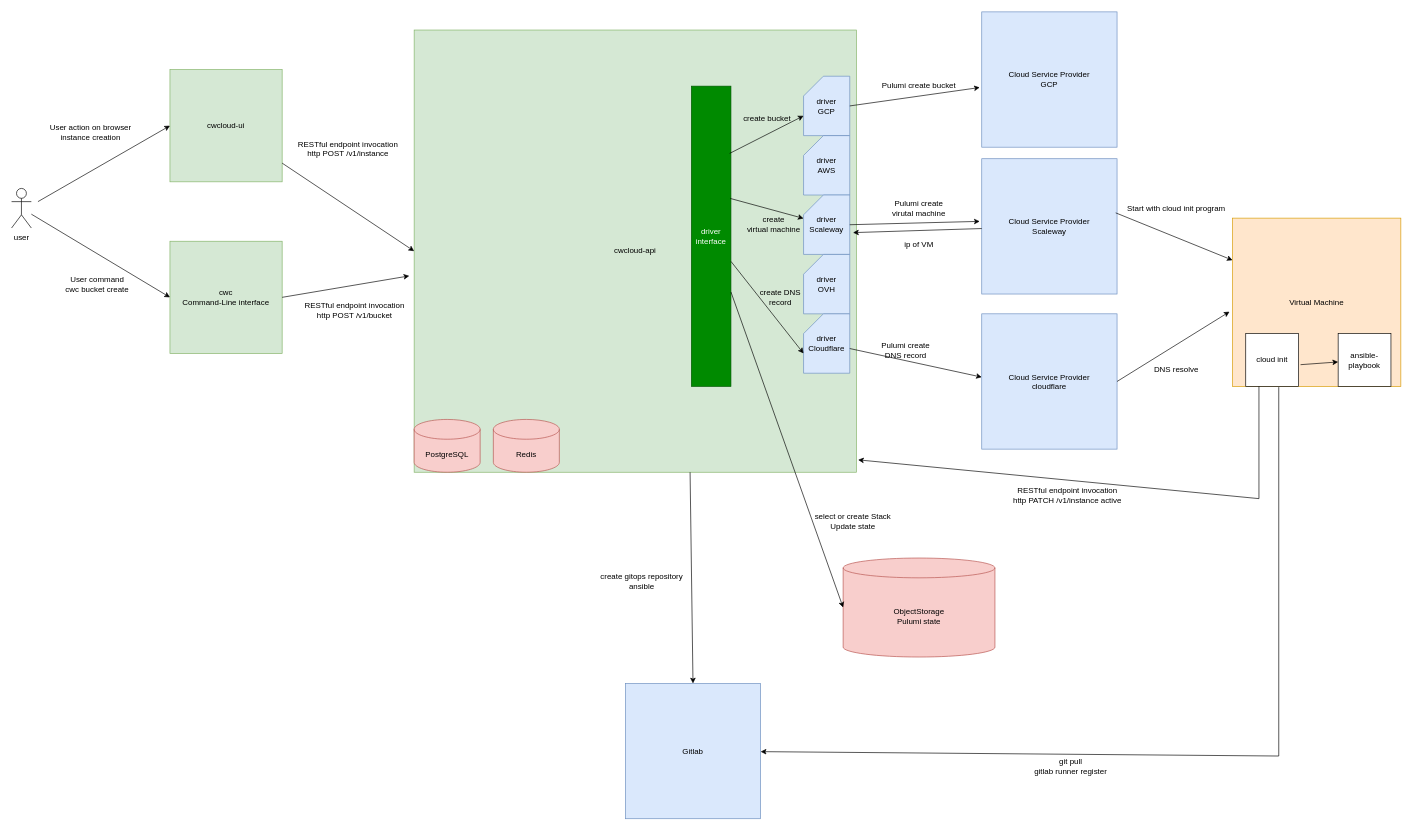
This is img/draw/cwcloud_daas_vm.drawio from comworkio/comwork-cloud-wiki, a draw.io file, before an edit. Source tidied: cells renumbered, new cells numbered last; positions are measured from the earlier drawing's top-left corner, leaving out a move shared by most shapes. Both pictures are drawn from the tidied source at 66%, with x=0, y=0 at pixel (11, 11).
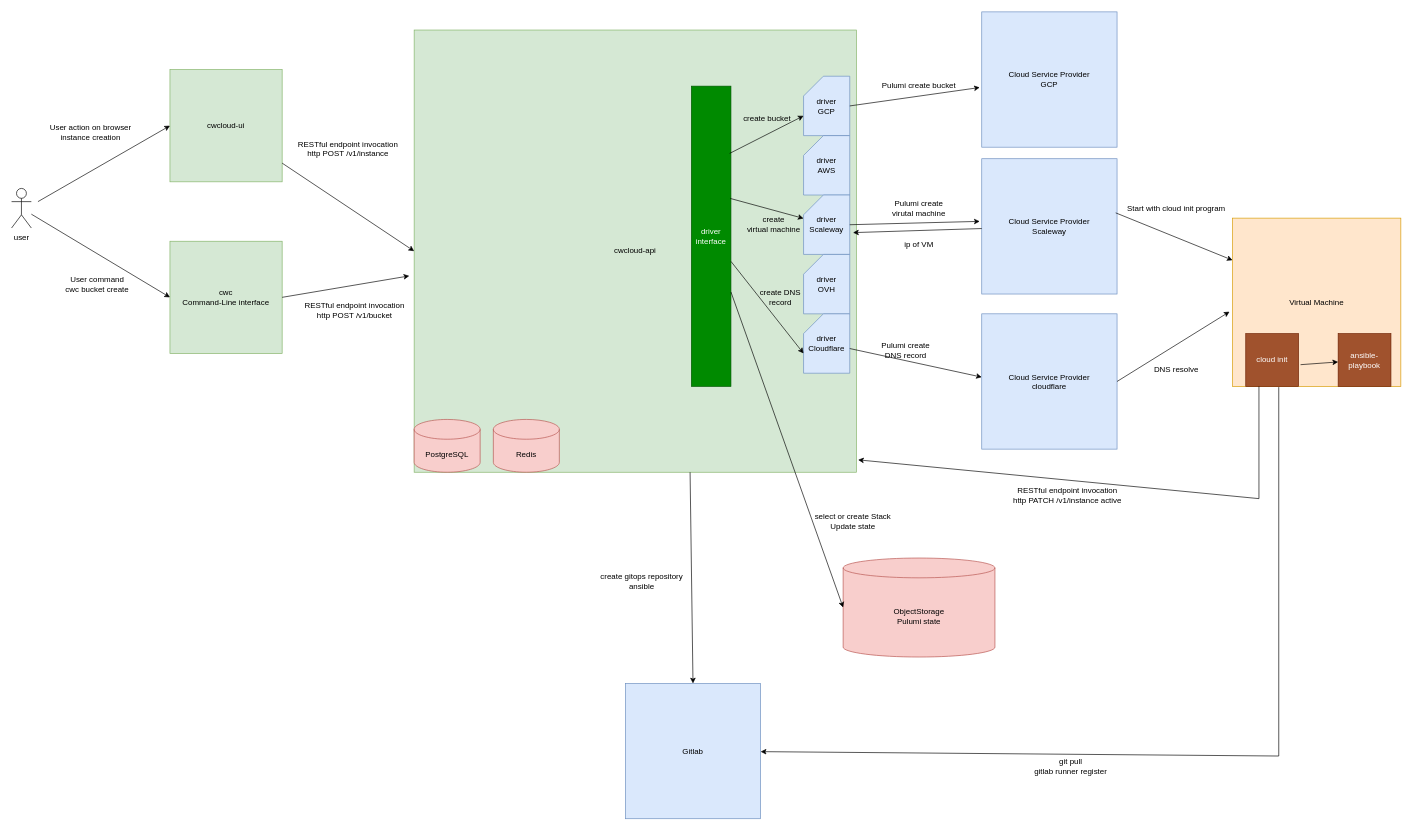
The same diagram, later.

Commit message (it also covers changes not shown here):
Improve schemas

Change to the diagram source:
```diff
@@
-    <mxCell id="50" value="cloud init" style="whiteSpace=wrap;html=1;" parent="1" vertex="1">
+    <mxCell id="50" value="cloud init" style="whiteSpace=wrap;html=1;fillColor=#a0522d;fontColor=#ffffff;strokeColor=#6D1F00;" parent="1" vertex="1">
       <mxGeometry x="1870" y="488" width="80" height="80" as="geometry" />
     </mxCell>
@@
-    <mxCell id="55" value="ansible-playbook" style="whiteSpace=wrap;html=1;" parent="1" vertex="1">
+    <mxCell id="55" value="ansible-playbook" style="whiteSpace=wrap;html=1;fillColor=#a0522d;fontColor=#ffffff;strokeColor=#6D1F00;" parent="1" vertex="1">
       <mxGeometry x="2010" y="488" width="80" height="80" as="geometry" />
     </mxCell>
```
